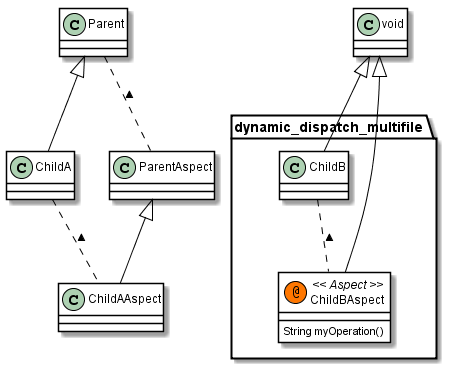
Above: k3-al/fr.inria.diverse.k3.al.tests/src/test/java/test/dynamic_dispatch_multifile/gen-plantuml/dynamic_dispatch_multifile.png in diverse-project/k3 (PlantUML), before the change.
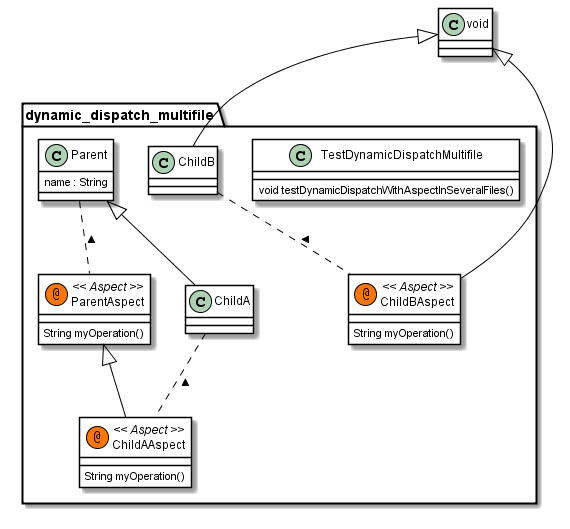
Later version of the same file.

Change to the diagram source:
```diff
@@ -6,6 +6,20 @@
 	BorderColor Black
 }
 package dynamic_dispatch_multifile {
+	class	TestDynamicDispatchMultifile {
+		void testDynamicDispatchWithAspectInSeveralFiles()
+	}
+	class	Parent {
+		name : String
+	}
+	class	ChildA {
+	}
+	class	ParentAspect << (@,#FF7700) Aspect >> {
+		String myOperation()
+	}
+	class	ChildAAspect << (@,#FF7700) Aspect >> {
+		String myOperation()
+	}
 	class	ChildB {
 	}
 	class	ChildBAspect << (@,#FF7700) Aspect >> {
```
